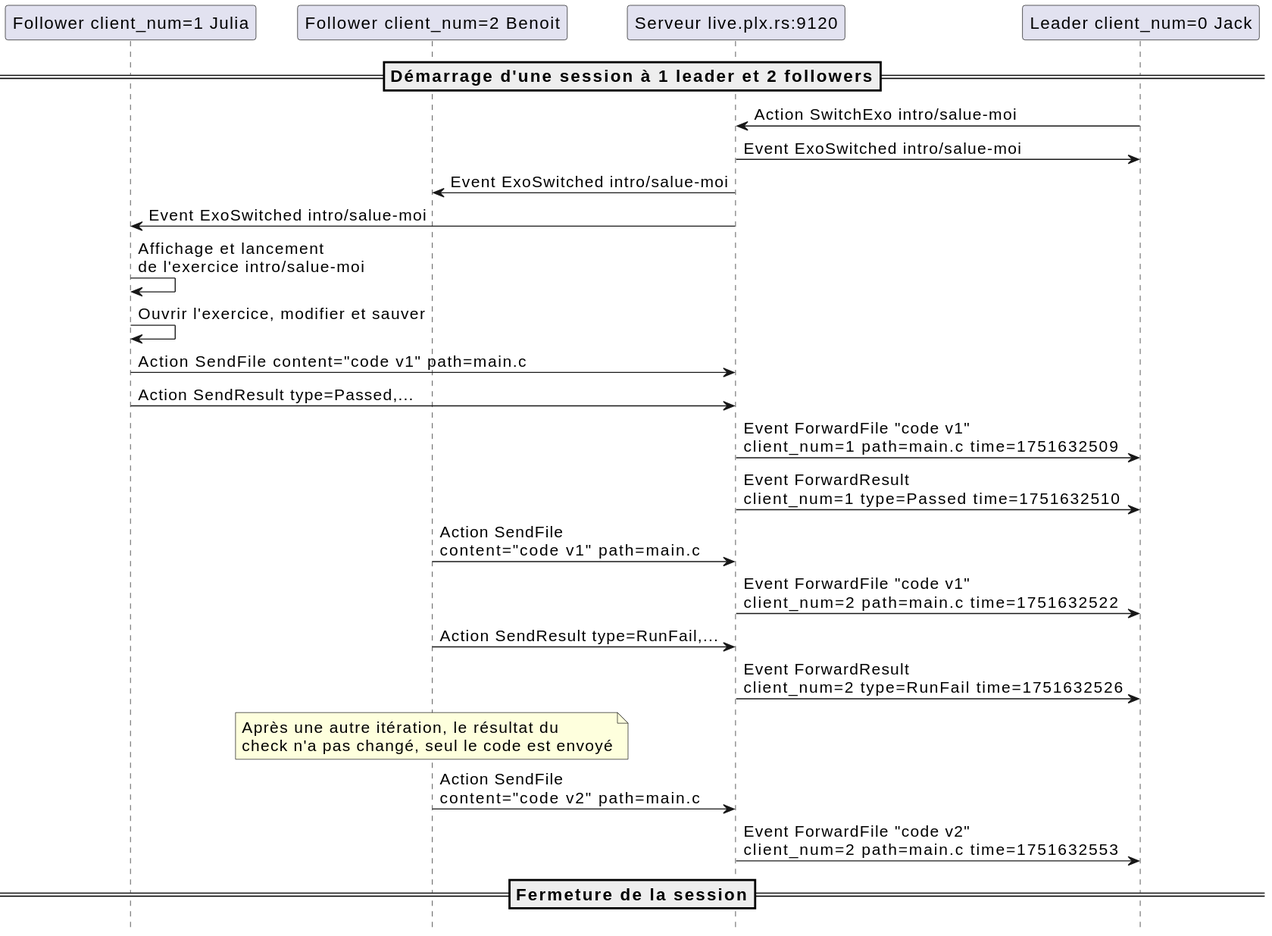
The PlantUML diagram report/protocol/diagrams/training.svg in samuelroland/tb-docs, before a commit.
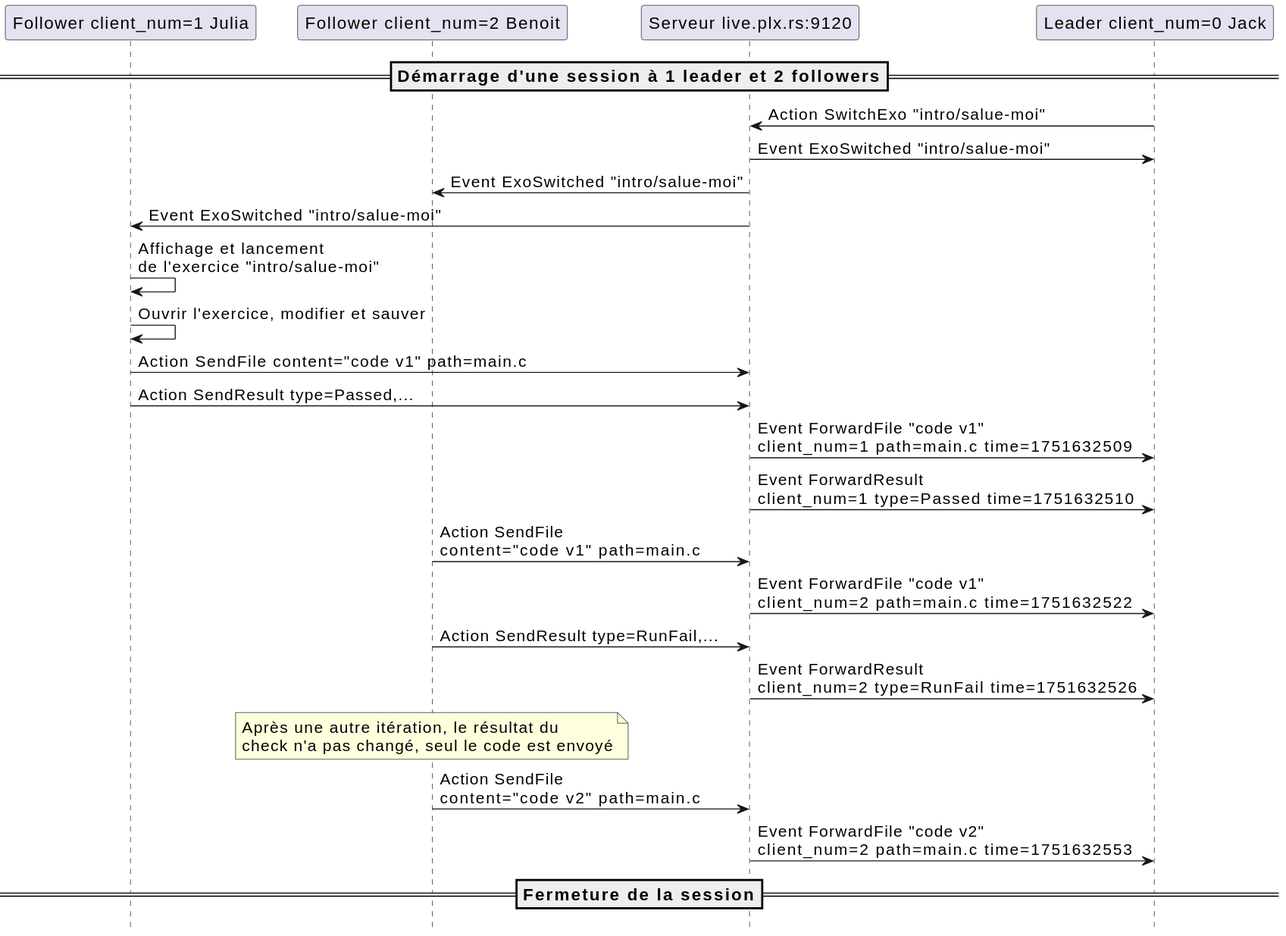
After the commit.

What changed in the source:
```diff
@@ -10,11 +10,11 @@
 
 ===== Démarrage d'une session à 1 leader et 2 followers ==
 
-leader -> server: Action SwitchExo intro/salue-moi
-server -> leader: Event ExoSwitched intro/salue-moi
-server -> f2: Event ExoSwitched intro/salue-moi
-server -> f1: Event ExoSwitched intro/salue-moi
-f1 -> f1: Affichage et lancement\nde l'exercice intro/salue-moi
+leader -> server: Action SwitchExo "intro/salue-moi"
+server -> leader: Event ExoSwitched "intro/salue-moi"
+server -> f2: Event ExoSwitched "intro/salue-moi"
+server -> f1: Event ExoSwitched "intro/salue-moi"
+f1 -> f1: Affichage et lancement\nde l'exercice "intro/salue-moi"
 f1 -> f1: Ouvrir l'exercice, modifier et sauver
 f1 -> server: Action SendFile content="code v1" path=main.c
 f1 -> server: Action SendResult type=Passed,...
```
